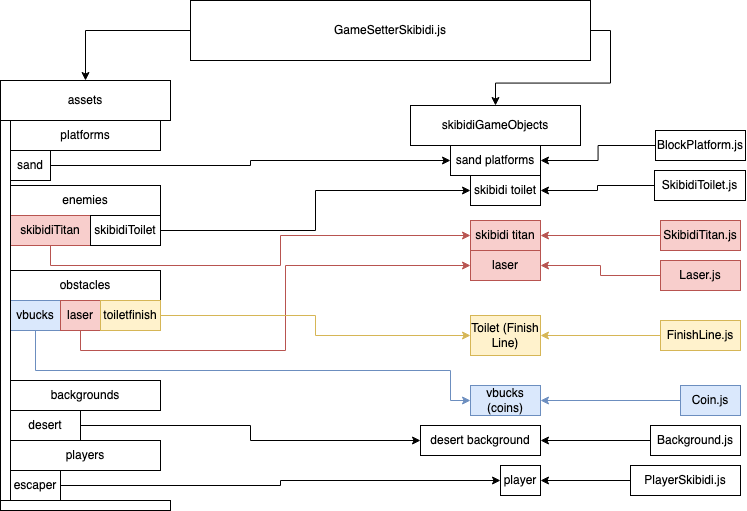
Earlier version of the draw.io export images/ObjectsInGameLevel.png (Tvick22/tri3CSSE). Source tidied: cells renumbered, new cells last; positions are measured from the earlier drawing's top-left corner, leaving out a move shared by most shapes. Source of this version:
```xml
<mxGraphModel>
  <root>
    <mxCell id="0" />
    <mxCell id="1" parent="0" />
    <mxCell id="2" style="edgeStyle=orthogonalEdgeStyle;rounded=0;jettySize=auto;html=1;exitX=0;exitY=0.5;exitDx=0;exitDy=0;entryX=0.5;entryY=0;entryDx=0;entryDy=0;" parent="1" edge="1" source="4" target="5">
      <mxGeometry relative="1" as="geometry" />
    </mxCell>
    <mxCell id="3" style="edgeStyle=orthogonalEdgeStyle;rounded=0;jettySize=auto;html=1;exitX=1;exitY=0.5;exitDx=0;exitDy=0;entryX=0.5;entryY=0;entryDx=0;entryDy=0;" parent="1" edge="1" source="4" target="6">
      <mxGeometry relative="1" as="geometry" />
    </mxCell>
    <mxCell id="4" value="GameSetterSkibidi.js" style="rounded=0;whiteSpace=wrap;html=1;" parent="1" vertex="1">
      <mxGeometry x="190" width="400" height="60" as="geometry" />
    </mxCell>
    <mxCell id="5" value="assets" style="rounded=0;whiteSpace=wrap;html=1;" parent="1" vertex="1">
      <mxGeometry y="80" width="170" height="40" as="geometry" />
    </mxCell>
    <mxCell id="6" value="skibidiGameObjects" style="rounded=0;whiteSpace=wrap;html=1;" parent="1" vertex="1">
      <mxGeometry x="410" y="105" width="170" height="40" as="geometry" />
    </mxCell>
    <mxCell id="7" style="group;" parent="1" vertex="1">
      <mxGeometry x="10" y="440" width="150" height="60" as="geometry" />
    </mxCell>
    <mxCell id="8" value="players" style="rounded=0;whiteSpace=wrap;html=1;" parent="7" vertex="1">
      <mxGeometry width="150" height="30" as="geometry" />
    </mxCell>
    <mxCell id="9" value="escaper" style="rounded=0;whiteSpace=wrap;html=1;" parent="7" vertex="1">
      <mxGeometry y="30" width="50" height="30" as="geometry" />
    </mxCell>
    <mxCell id="10" style="group;" parent="1" vertex="1">
      <mxGeometry x="10" y="380" width="150" height="60" as="geometry" />
    </mxCell>
    <mxCell id="11" value="backgrounds" style="rounded=0;whiteSpace=wrap;html=1;" parent="10" vertex="1">
      <mxGeometry width="150" height="30" as="geometry" />
    </mxCell>
    <mxCell id="12" value="desert" style="rounded=0;whiteSpace=wrap;html=1;" parent="10" vertex="1">
      <mxGeometry y="30" width="70" height="30" as="geometry" />
    </mxCell>
    <mxCell id="13" style="group;fillColor=#fff2cc;strokeColor=#d6b656;" parent="1" vertex="1">
      <mxGeometry x="10" y="270" width="150" height="60" as="geometry" />
    </mxCell>
    <mxCell id="14" value="obstacles" style="rounded=0;whiteSpace=wrap;html=1;" parent="13" vertex="1">
      <mxGeometry width="150" height="30" as="geometry" />
    </mxCell>
    <mxCell id="15" value="vbucks" style="rounded=0;whiteSpace=wrap;html=1;fillColor=#dae8fc;strokeColor=#6c8ebf;" parent="13" vertex="1">
      <mxGeometry y="30" width="50" height="30" as="geometry" />
    </mxCell>
    <mxCell id="16" value="laser" style="rounded=0;whiteSpace=wrap;html=1;fillColor=#f8cecc;strokeColor=#b85450;" parent="13" vertex="1">
      <mxGeometry x="50" y="30" width="40" height="30" as="geometry" />
    </mxCell>
    <mxCell id="17" value="toiletfinish" style="rounded=0;whiteSpace=wrap;html=1;fillColor=#fff2cc;strokeColor=#d6b656;" parent="13" vertex="1">
      <mxGeometry x="90" y="30" width="60" height="30" as="geometry" />
    </mxCell>
    <mxCell id="18" style="group;" parent="1" vertex="1">
      <mxGeometry x="10" y="120" width="150" height="60" as="geometry" />
    </mxCell>
    <mxCell id="19" value="platforms" style="rounded=0;whiteSpace=wrap;html=1;" parent="18" vertex="1">
      <mxGeometry width="150" height="30" as="geometry" />
    </mxCell>
    <mxCell id="20" value="sand" style="rounded=0;whiteSpace=wrap;html=1;" parent="18" vertex="1">
      <mxGeometry y="30" width="40" height="30" as="geometry" />
    </mxCell>
    <mxCell id="21" style="group;" parent="1" vertex="1">
      <mxGeometry x="10" y="185" width="150" height="60" as="geometry" />
    </mxCell>
    <mxCell id="22" style="edgeStyle=orthogonalEdgeStyle;rounded=0;jettySize=auto;html=1;exitX=0.5;exitY=1;exitDx=0;exitDy=0;entryX=0.25;entryY=1;entryDx=0;entryDy=0;" parent="21" edge="1" source="23" target="25">
      <mxGeometry relative="1" as="geometry" />
    </mxCell>
    <mxCell id="23" value="enemies" style="rounded=0;whiteSpace=wrap;html=1;" parent="21" vertex="1">
      <mxGeometry width="150" height="30" as="geometry" />
    </mxCell>
    <mxCell id="24" value="skibidiTitan" style="rounded=0;whiteSpace=wrap;html=1;fillColor=#f8cecc;strokeColor=#b85450;" parent="21" vertex="1">
      <mxGeometry y="30" width="80" height="30" as="geometry" />
    </mxCell>
    <mxCell id="25" value="skibidiToilet" style="rounded=0;whiteSpace=wrap;html=1;" parent="21" vertex="1">
      <mxGeometry x="80" y="30" width="70" height="30" as="geometry" />
    </mxCell>
    <mxCell id="26" style="rounded=0;whiteSpace=wrap;html=1;" parent="1" vertex="1">
      <mxGeometry y="120" width="10" height="380" as="geometry" />
    </mxCell>
    <mxCell id="27" style="rounded=0;whiteSpace=wrap;html=1;" parent="1" vertex="1">
      <mxGeometry y="500" width="170" height="10" as="geometry" />
    </mxCell>
    <mxCell id="28" value="sand platforms" style="rounded=0;whiteSpace=wrap;html=1;" parent="1" vertex="1">
      <mxGeometry x="450" y="145" width="90" height="30" as="geometry" />
    </mxCell>
    <mxCell id="29" style="edgeStyle=orthogonalEdgeStyle;rounded=0;jettySize=auto;html=1;exitX=1;exitY=0.5;exitDx=0;exitDy=0;entryX=0;entryY=0.5;entryDx=0;entryDy=0;" parent="1" edge="1" source="20" target="28">
      <mxGeometry relative="1" as="geometry" />
    </mxCell>
    <mxCell id="30" value="desert background" style="rounded=0;whiteSpace=wrap;html=1;" parent="1" vertex="1">
      <mxGeometry x="420" y="425" width="120" height="30" as="geometry" />
    </mxCell>
    <mxCell id="31" style="edgeStyle=orthogonalEdgeStyle;rounded=0;jettySize=auto;html=1;exitX=1;exitY=0.5;exitDx=0;exitDy=0;entryX=0;entryY=0.5;entryDx=0;entryDy=0;" parent="1" edge="1" source="12" target="30">
      <mxGeometry relative="1" as="geometry" />
    </mxCell>
    <mxCell id="32" value="skibidi titan" style="rounded=0;whiteSpace=wrap;html=1;fillColor=#f8cecc;strokeColor=#b85450;" parent="1" vertex="1">
      <mxGeometry x="470" y="220" width="70" height="30" as="geometry" />
    </mxCell>
    <mxCell id="33" style="edgeStyle=orthogonalEdgeStyle;rounded=0;jettySize=auto;html=1;exitX=0.5;exitY=1;exitDx=0;exitDy=0;entryX=0;entryY=0.5;entryDx=0;entryDy=0;fillColor=#f8cecc;strokeColor=#b85450;" parent="1" edge="1" source="24" target="32">
      <mxGeometry relative="1" as="geometry" />
    </mxCell>
    <mxCell id="34" value="skibidi toilet" style="rounded=0;whiteSpace=wrap;html=1;" parent="1" vertex="1">
      <mxGeometry x="470" y="175" width="70" height="30" as="geometry" />
    </mxCell>
    <mxCell id="35" style="edgeStyle=orthogonalEdgeStyle;rounded=0;jettySize=auto;html=1;exitX=1;exitY=0.5;exitDx=0;exitDy=0;entryX=0;entryY=0.5;entryDx=0;entryDy=0;" parent="1" edge="1" source="25" target="34">
      <mxGeometry relative="1" as="geometry" />
    </mxCell>
    <mxCell id="36" value="vbucks (coins)" style="rounded=0;whiteSpace=wrap;html=1;fillColor=#dae8fc;strokeColor=#6c8ebf;" parent="1" vertex="1">
      <mxGeometry x="470" y="385" width="70" height="30" as="geometry" />
    </mxCell>
    <mxCell id="37" style="edgeStyle=orthogonalEdgeStyle;rounded=0;jettySize=auto;html=1;exitX=0.5;exitY=1;exitDx=0;exitDy=0;entryX=0;entryY=0.5;entryDx=0;entryDy=0;fillColor=#dae8fc;strokeColor=#6c8ebf;" parent="1" edge="1" source="15" target="36">
      <mxGeometry relative="1" as="geometry">
        <Array as="points">
          <mxPoint x="35" y="370" />
          <mxPoint x="450" y="370" />
          <mxPoint x="450" y="400" />
        </Array>
      </mxGeometry>
    </mxCell>
    <mxCell id="38" value="laser" style="rounded=0;whiteSpace=wrap;html=1;fillColor=#f8cecc;strokeColor=#b85450;" parent="1" vertex="1">
      <mxGeometry x="470" y="250" width="70" height="30" as="geometry" />
    </mxCell>
    <mxCell id="39" style="edgeStyle=orthogonalEdgeStyle;rounded=0;jettySize=auto;html=1;exitX=0.5;exitY=1;exitDx=0;exitDy=0;entryX=0;entryY=0.5;entryDx=0;entryDy=0;fillColor=#f8cecc;strokeColor=#b85450;" parent="1" edge="1" source="16" target="38">
      <mxGeometry relative="1" as="geometry" />
    </mxCell>
    <mxCell id="40" value="Toilet (Finish Line)" style="rounded=0;whiteSpace=wrap;html=1;fillColor=#fff2cc;strokeColor=#d6b656;" parent="1" vertex="1">
      <mxGeometry x="470" y="315" width="70" height="40" as="geometry" />
    </mxCell>
    <mxCell id="41" style="edgeStyle=orthogonalEdgeStyle;rounded=0;jettySize=auto;html=1;exitX=1;exitY=0.5;exitDx=0;exitDy=0;fillColor=#fff2cc;strokeColor=#d6b656;" parent="1" edge="1" source="17" target="40">
      <mxGeometry relative="1" as="geometry" />
    </mxCell>
    <mxCell id="42" value="player" style="rounded=0;whiteSpace=wrap;html=1;" parent="1" vertex="1">
      <mxGeometry x="500" y="465" width="40" height="30" as="geometry" />
    </mxCell>
    <mxCell id="43" style="edgeStyle=orthogonalEdgeStyle;rounded=0;jettySize=auto;html=1;exitX=1;exitY=0.5;exitDx=0;exitDy=0;entryX=0;entryY=0.5;entryDx=0;entryDy=0;" parent="1" edge="1" source="9" target="42">
      <mxGeometry relative="1" as="geometry" />
    </mxCell>
    <mxCell id="44" style="edgeStyle=orthogonalEdgeStyle;rounded=0;jettySize=auto;html=1;exitX=0;exitY=0.5;exitDx=0;exitDy=0;entryX=1;entryY=0.5;entryDx=0;entryDy=0;fillColor=#dae8fc;strokeColor=#6c8ebf;" parent="1" edge="1" source="45" target="36">
      <mxGeometry relative="1" as="geometry" />
    </mxCell>
    <mxCell id="45" value="Coin.js" style="rounded=0;whiteSpace=wrap;html=1;fillColor=#dae8fc;strokeColor=#6c8ebf;" parent="1" vertex="1">
      <mxGeometry x="680" y="385" width="60" height="30" as="geometry" />
    </mxCell>
    <mxCell id="46" style="edgeStyle=orthogonalEdgeStyle;rounded=0;jettySize=auto;html=1;exitX=0;exitY=0.5;exitDx=0;exitDy=0;entryX=1;entryY=0.5;entryDx=0;entryDy=0;" parent="1" edge="1" source="47" target="42">
      <mxGeometry relative="1" as="geometry" />
    </mxCell>
    <mxCell id="47" value="PlayerSkibidi.js" style="rounded=0;whiteSpace=wrap;html=1;" parent="1" vertex="1">
      <mxGeometry x="630" y="465" width="110" height="30" as="geometry" />
    </mxCell>
    <mxCell id="48" style="edgeStyle=orthogonalEdgeStyle;rounded=0;jettySize=auto;html=1;exitX=0;exitY=0.5;exitDx=0;exitDy=0;entryX=1;entryY=0.5;entryDx=0;entryDy=0;fillColor=#fff2cc;strokeColor=#d6b656;" parent="1" edge="1" source="49" target="40">
      <mxGeometry relative="1" as="geometry" />
    </mxCell>
    <mxCell id="49" value="FinishLine.js" style="rounded=0;whiteSpace=wrap;html=1;fillColor=#fff2cc;strokeColor=#d6b656;" parent="1" vertex="1">
      <mxGeometry x="660" y="320" width="80" height="30" as="geometry" />
    </mxCell>
    <mxCell id="50" style="edgeStyle=orthogonalEdgeStyle;rounded=0;jettySize=auto;html=1;exitX=0;exitY=0.5;exitDx=0;exitDy=0;entryX=1;entryY=0.5;entryDx=0;entryDy=0;fillColor=#f8cecc;strokeColor=#b85450;" parent="1" edge="1" source="51" target="32">
      <mxGeometry relative="1" as="geometry" />
    </mxCell>
    <mxCell id="51" value="SkibidiTitan.js" style="rounded=0;whiteSpace=wrap;html=1;fillColor=#f8cecc;strokeColor=#b85450;" parent="1" vertex="1">
      <mxGeometry x="660" y="220" width="80" height="30" as="geometry" />
    </mxCell>
    <mxCell id="52" style="edgeStyle=orthogonalEdgeStyle;rounded=0;jettySize=auto;html=1;exitX=0;exitY=0.5;exitDx=0;exitDy=0;entryX=1;entryY=0.5;entryDx=0;entryDy=0;fillColor=#f8cecc;strokeColor=#b85450;" parent="1" edge="1" source="53" target="38">
      <mxGeometry relative="1" as="geometry" />
    </mxCell>
    <mxCell id="53" value="Laser.js" style="rounded=0;whiteSpace=wrap;html=1;fillColor=#f8cecc;strokeColor=#b85450;" parent="1" vertex="1">
      <mxGeometry x="660" y="260" width="80" height="30" as="geometry" />
    </mxCell>
    <mxCell id="54" style="edgeStyle=orthogonalEdgeStyle;rounded=0;jettySize=auto;html=1;exitX=0;exitY=0.5;exitDx=0;exitDy=0;entryX=1;entryY=0.5;entryDx=0;entryDy=0;" parent="1" edge="1" source="55" target="34">
      <mxGeometry relative="1" as="geometry" />
    </mxCell>
    <mxCell id="55" value="SkibidiToilet.js" style="rounded=0;whiteSpace=wrap;html=1;" parent="1" vertex="1">
      <mxGeometry x="654" y="170" width="91" height="30" as="geometry" />
    </mxCell>
    <mxCell id="56" style="edgeStyle=orthogonalEdgeStyle;rounded=0;jettySize=auto;html=1;exitX=0;exitY=0.5;exitDx=0;exitDy=0;entryX=1;entryY=0.5;entryDx=0;entryDy=0;" parent="1" edge="1" source="57" target="28">
      <mxGeometry relative="1" as="geometry" />
    </mxCell>
    <mxCell id="57" value="BlockPlatform.js" style="rounded=0;whiteSpace=wrap;html=1;" parent="1" vertex="1">
      <mxGeometry x="655" y="130" width="90" height="30" as="geometry" />
    </mxCell>
    <mxCell id="58" style="edgeStyle=orthogonalEdgeStyle;rounded=0;jettySize=auto;html=1;exitX=0;exitY=0.5;exitDx=0;exitDy=0;entryX=1;entryY=0.5;entryDx=0;entryDy=0;" parent="1" edge="1" source="59" target="30">
      <mxGeometry relative="1" as="geometry" />
    </mxCell>
    <mxCell id="59" value="Background.js" style="rounded=0;whiteSpace=wrap;html=1;" parent="1" vertex="1">
      <mxGeometry x="650" y="425" width="90" height="30" as="geometry" />
    </mxCell>
  </root>
</mxGraphModel>
```
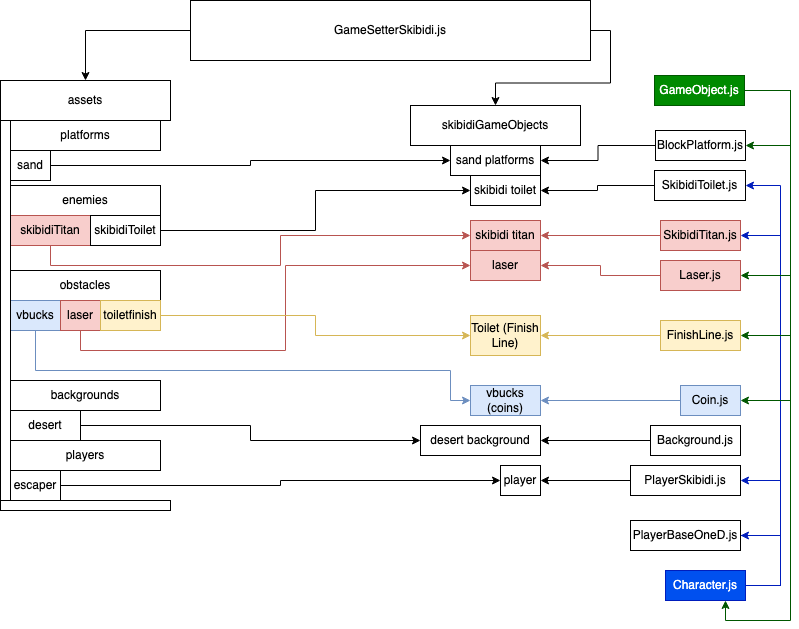
After the commit.

Diff of the diagram source:
```diff
@@ -182,5 +182,87 @@
     <mxCell id="59" value="Background.js" style="rounded=0;whiteSpace=wrap;html=1;" parent="1" vertex="1">
       <mxGeometry x="650" y="425" width="90" height="30" as="geometry" />
     </mxCell>
+    <mxCell id="60" style="edgeStyle=orthogonalEdgeStyle;rounded=0;jettySize=auto;html=1;exitX=1;exitY=0.5;exitDx=0;exitDy=0;entryX=1;entryY=0.5;entryDx=0;entryDy=0;fillColor=#0050ef;strokeColor=#001DBC;" parent="1" edge="1" source="61" target="47">
+      <mxGeometry relative="1" as="geometry">
+        <Array as="points">
+          <mxPoint x="780" y="535" />
+          <mxPoint x="780" y="480" />
+        </Array>
+      </mxGeometry>
+    </mxCell>
+    <mxCell id="61" value="PlayerBaseOneD.js" style="rounded=0;whiteSpace=wrap;html=1;" parent="1" vertex="1">
+      <mxGeometry x="630" y="520" width="110" height="30" as="geometry" />
+    </mxCell>
+    <mxCell id="62" style="edgeStyle=orthogonalEdgeStyle;rounded=0;jettySize=auto;html=1;exitX=1;exitY=0.5;exitDx=0;exitDy=0;entryX=1;entryY=0.5;entryDx=0;entryDy=0;fillColor=#0050ef;strokeColor=#001DBC;" parent="1" edge="1" source="65" target="61">
+      <mxGeometry relative="1" as="geometry">
+        <Array as="points">
+          <mxPoint x="780" y="585" />
+          <mxPoint x="780" y="535" />
+        </Array>
+      </mxGeometry>
+    </mxCell>
+    <mxCell id="63" style="edgeStyle=orthogonalEdgeStyle;rounded=0;jettySize=auto;html=1;exitX=1;exitY=0.5;exitDx=0;exitDy=0;entryX=1;entryY=0.5;entryDx=0;entryDy=0;fillColor=#0050ef;strokeColor=#001DBC;" parent="1" edge="1" source="65" target="55">
+      <mxGeometry relative="1" as="geometry">
+        <Array as="points">
+          <mxPoint x="780" y="585" />
+          <mxPoint x="780" y="185" />
+        </Array>
+      </mxGeometry>
+    </mxCell>
+    <mxCell id="64" style="edgeStyle=orthogonalEdgeStyle;rounded=0;jettySize=auto;html=1;exitX=1;exitY=0.5;exitDx=0;exitDy=0;entryX=1;entryY=0.5;entryDx=0;entryDy=0;fillColor=#0050ef;strokeColor=#001DBC;" parent="1" edge="1" source="65" target="51">
+      <mxGeometry relative="1" as="geometry">
+        <Array as="points">
+          <mxPoint x="780" y="585" />
+          <mxPoint x="780" y="235" />
+        </Array>
+      </mxGeometry>
+    </mxCell>
+    <mxCell id="65" value="Character.js" style="rounded=0;whiteSpace=wrap;html=1;fillColor=#0050ef;fontColor=#ffffff;strokeColor=#001DBC;" parent="1" vertex="1">
+      <mxGeometry x="665" y="570" width="80" height="30" as="geometry" />
+    </mxCell>
+    <mxCell id="66" style="edgeStyle=orthogonalEdgeStyle;rounded=0;jettySize=auto;html=1;exitX=1;exitY=0.5;exitDx=0;exitDy=0;entryX=1;entryY=0.5;entryDx=0;entryDy=0;fillColor=#008a00;strokeColor=#005700;" parent="1" edge="1" source="71" target="57">
+      <mxGeometry relative="1" as="geometry">
+        <Array as="points">
+          <mxPoint x="790" y="90" />
+          <mxPoint x="790" y="145" />
+        </Array>
+      </mxGeometry>
+    </mxCell>
+    <mxCell id="67" style="edgeStyle=orthogonalEdgeStyle;rounded=0;jettySize=auto;html=1;exitX=1;exitY=0.5;exitDx=0;exitDy=0;entryX=0.75;entryY=1;entryDx=0;entryDy=0;fillColor=#008a00;strokeColor=#005700;" parent="1" edge="1" source="71" target="65">
+      <mxGeometry relative="1" as="geometry">
+        <Array as="points">
+          <mxPoint x="790" y="90" />
+          <mxPoint x="790" y="620" />
+          <mxPoint x="725" y="620" />
+        </Array>
+      </mxGeometry>
+    </mxCell>
+    <mxCell id="68" style="edgeStyle=orthogonalEdgeStyle;rounded=0;jettySize=auto;html=1;exitX=1;exitY=0.5;exitDx=0;exitDy=0;entryX=1;entryY=0.5;entryDx=0;entryDy=0;fillColor=#008a00;strokeColor=#005700;" parent="1" edge="1" source="71" target="53">
+      <mxGeometry relative="1" as="geometry">
+        <Array as="points">
+          <mxPoint x="790" y="90" />
+          <mxPoint x="790" y="275" />
+        </Array>
+      </mxGeometry>
+    </mxCell>
+    <mxCell id="69" style="edgeStyle=orthogonalEdgeStyle;rounded=0;jettySize=auto;html=1;exitX=1;exitY=0.5;exitDx=0;exitDy=0;entryX=1;entryY=0.5;entryDx=0;entryDy=0;fillColor=#008a00;strokeColor=#005700;" parent="1" edge="1" source="71" target="49">
+      <mxGeometry relative="1" as="geometry">
+        <Array as="points">
+          <mxPoint x="790" y="90" />
+          <mxPoint x="790" y="335" />
+        </Array>
+      </mxGeometry>
+    </mxCell>
+    <mxCell id="70" style="edgeStyle=orthogonalEdgeStyle;rounded=0;jettySize=auto;html=1;exitX=1;exitY=0.5;exitDx=0;exitDy=0;entryX=1;entryY=0.5;entryDx=0;entryDy=0;fillColor=#008a00;strokeColor=#005700;" parent="1" edge="1" source="71" target="45">
+      <mxGeometry relative="1" as="geometry">
+        <Array as="points">
+          <mxPoint x="790" y="90" />
+          <mxPoint x="790" y="400" />
+        </Array>
+      </mxGeometry>
+    </mxCell>
+    <mxCell id="71" value="GameObject.js" style="rounded=0;whiteSpace=wrap;html=1;fillColor=#008a00;fontColor=#ffffff;strokeColor=#005700;" parent="1" vertex="1">
+      <mxGeometry x="654" y="75" width="90" height="30" as="geometry" />
+    </mxCell>
   </root>
 </mxGraphModel>
```
